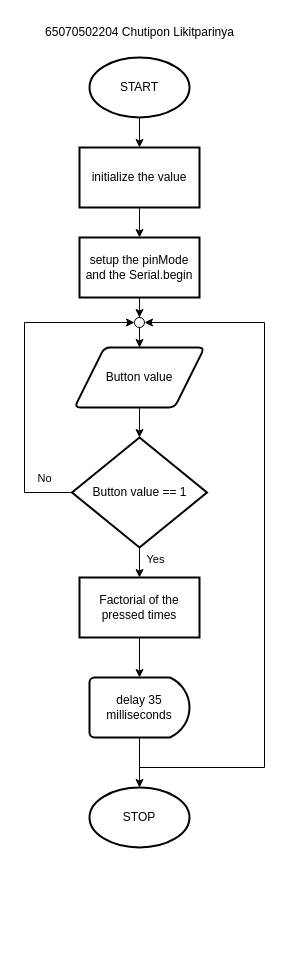
This is N factorial input from button.drawio from Gaplnwzaza/MCE242, a draw.io file, before an edit. Source tidied: cells renumbered, new cells numbered last; positions are measured from the earlier drawing's top-left corner, leaving out a move shared by most shapes. Both pictures are drawn from the tidied source at 100%, with x=0, y=0 at pixel (24, 17).
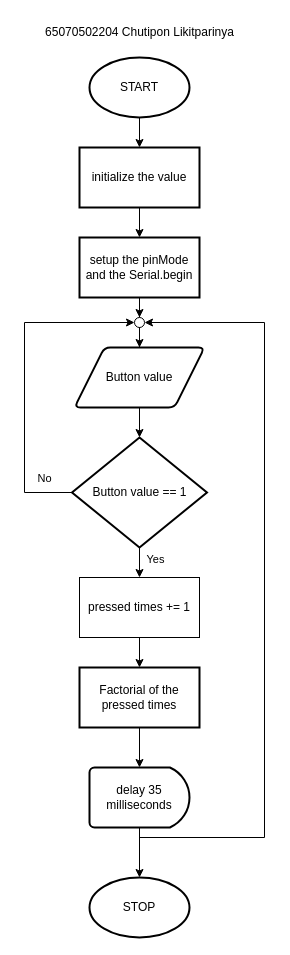
After the change.

Unchanged cells that the change refers to:
```xml
<mxCell id="12" value="Button value == 1" style="rhombus;whiteSpace=wrap;html=1;strokeWidth=2;" parent="1" vertex="1">
  <mxGeometry x="47.5" y="420" width="135" height="110" as="geometry" />
</mxCell>
<mxCell id="16" style="verticalLabelPosition=bottom;verticalAlign=top;html=1;shape=mxgraph.flowchart.on-page_reference;" parent="1" vertex="1">
  <mxGeometry x="110" y="300" width="10" height="10" as="geometry" />
</mxCell>
```

The edit, as a diff of the source:
```diff
@@
-    <mxCell id="10" style="edgeStyle=orthogonalEdgeStyle;rounded=0;jettySize=auto;html=1;" parent="1" edge="1" source="12" target="14">
+    <mxCell id="10" style="edgeStyle=orthogonalEdgeStyle;rounded=0;jettySize=auto;html=1;entryX=0.5;entryY=0;entryDx=0;entryDy=0;" parent="1" edge="1" source="12" target="25">
       <mxGeometry relative="1" as="geometry" />
     </mxCell>
@@
     <mxCell id="14" value="Factorial of the pressed times" style="whiteSpace=wrap;html=1;strokeWidth=2;" parent="1" vertex="1">
-      <mxGeometry x="55" y="560" width="120" height="60" as="geometry" />
+      <mxGeometry x="55" y="650" width="120" height="60" as="geometry" />
     </mxCell>
@@
     <mxCell id="19" style="edgeStyle=orthogonalEdgeStyle;rounded=0;jettySize=auto;html=1;entryX=1;entryY=0.5;entryDx=0;entryDy=0;entryPerimeter=0;" parent="1" edge="1" target="16">
       <mxGeometry relative="1" as="geometry">
-        <mxPoint x="115" y="750" as="sourcePoint" />
+        <mxPoint x="115" y="820" as="sourcePoint" />
         <Array as="points">
+          <mxPoint x="115" y="820" />
+          <mxPoint x="240" y="820" />
           <mxPoint x="240" y="305" />
         </Array>
       </mxGeometry>
     </mxCell>
@@
     <mxCell id="21" value="delay 35 milliseconds" style="strokeWidth=2;html=1;shape=mxgraph.flowchart.delay;whiteSpace=wrap;" parent="1" vertex="1">
-      <mxGeometry x="65" y="660" width="100" height="60" as="geometry" />
+      <mxGeometry x="65" y="750" width="100" height="60" as="geometry" />
     </mxCell>
     <mxCell id="22" value="STOP" style="strokeWidth=2;html=1;shape=mxgraph.flowchart.start_1;whiteSpace=wrap;" parent="1" vertex="1">
-      <mxGeometry x="65" y="770" width="100" height="60" as="geometry" />
+      <mxGeometry x="65" y="860" width="100" height="60" as="geometry" />
     </mxCell>
@@
+    <mxCell id="24" style="edgeStyle=orthogonalEdgeStyle;rounded=0;jettySize=auto;html=1;" parent="1" edge="1" source="25" target="14">
+      <mxGeometry relative="1" as="geometry" />
+    </mxCell>
+    <mxCell id="25" value="pressed times += 1" style="whiteSpace=wrap;html=1;" parent="1" vertex="1">
+      <mxGeometry x="55" y="560" width="120" height="60" as="geometry" />
+    </mxCell>
```
